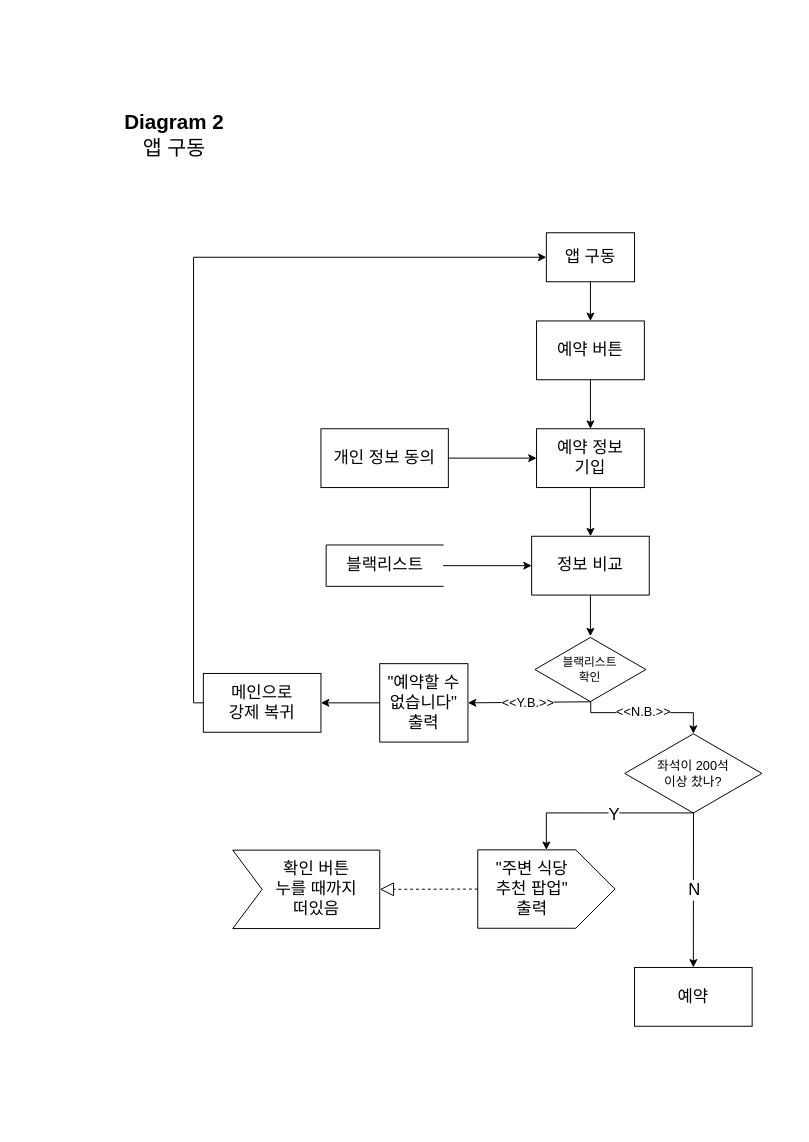
The draw.io diagram yeahyiak2.drawio in StrongCatWill/SWProject, before the edit. Source tidied: cells renumbered, new cells numbered last; positions are measured from the earlier drawing's top-left corner, leaving out a move shared by most shapes. Both pictures are drawn from the tidied source at 98%, with x=0, y=0 at pixel (115, 115).
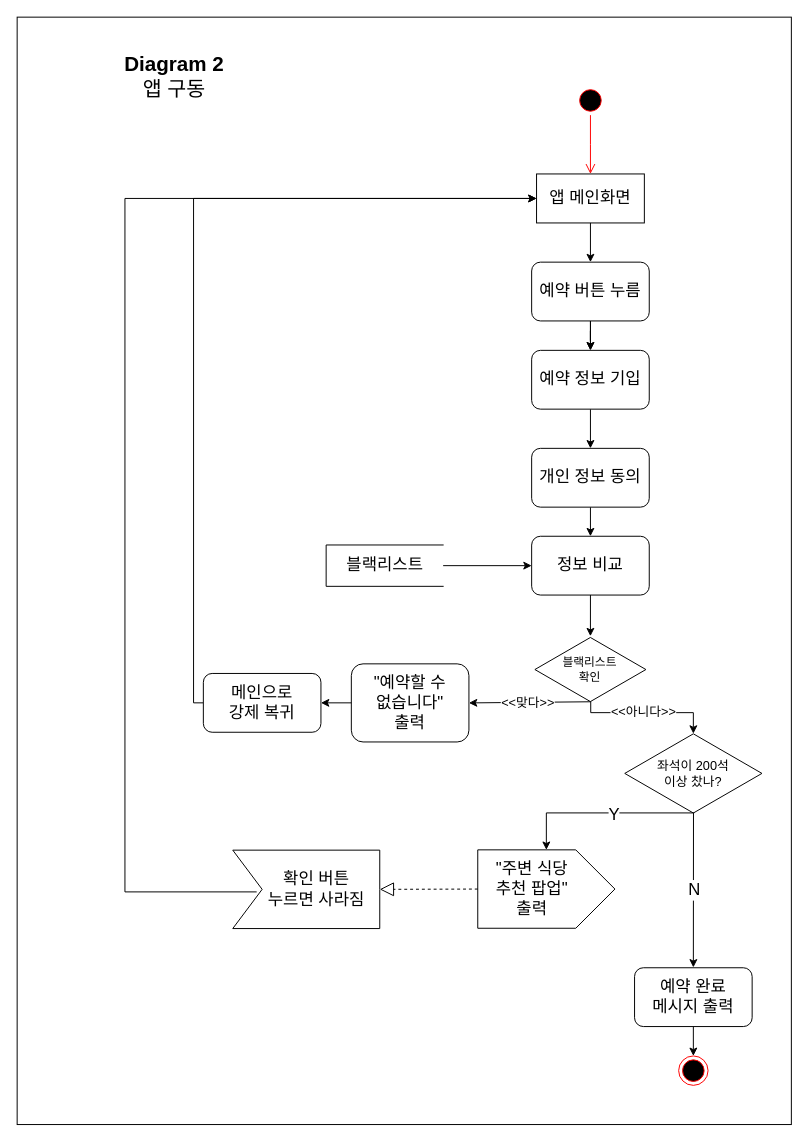
Above is the later version.

Unchanged cells that the change refers to:
```xml
<mxCell id="11" style="shape=partialRectangle;whiteSpace=wrap;html=1;bottom=1;right=1;left=1;top=0;fillColor=none;routingCenterX=-0.5;fontSize=17;rotation=90;" parent="1" vertex="1">
  <mxGeometry x="253.9" y="400" width="42.2" height="119.4" as="geometry" />
</mxCell>
<mxCell id="14" value="&lt;div style=&quot;font-size: 12px;&quot;&gt;블랙리스트&lt;/div&gt;&lt;div style=&quot;font-size: 12px;&quot;&gt;확인&lt;/div&gt;" style="html=1;whiteSpace=wrap;shape=isoRectangle;fontSize=12;align=center;" parent="1" vertex="1">
  <mxGeometry x="428.3" y="531.7" width="113.3" height="68" as="geometry" />
</mxCell>
<mxCell id="21" value="좌석이 200석&lt;br style=&quot;font-size: 13px;&quot;&gt;이상 찼나?" style="html=1;whiteSpace=wrap;shape=isoRectangle;fontSize=13;" parent="1" vertex="1">
  <mxGeometry x="520" y="629.7" width="140" height="84" as="geometry" />
</mxCell>
<mxCell id="24" style="endArrow=classic;html=1;rounded=0;fontSize=17;exitX=0.503;exitY=0.978;exitDx=0;exitDy=0;exitPerimeter=0;edgeStyle=orthogonalEdgeStyle;entryX=0.5;entryY=0.017;entryDx=0;entryDy=0;entryPerimeter=0;" parent="1" edge="1" source="14" target="21">
  <mxGeometry relative="1" as="geometry">
    <Array as="points">
      <mxPoint x="485" y="609.7" />
      <mxPoint x="590" y="609.7" />
    </Array>
  </mxGeometry>
</mxCell>
```

What changed in the source:
```diff
@@
+    <mxCell id="36" style="rounded=0;whiteSpace=wrap;html=1;strokeColor=default;" parent="1" vertex="1">
+      <mxGeometry x="-100" y="-100" width="790" height="1130" as="geometry" />
+    </mxCell>
     <mxCell id="2" value="&lt;font style=&quot;font-size: 21px&quot;&gt;&lt;b&gt;Diagram 2&lt;/b&gt;&lt;br&gt;앱 구동&lt;br&gt;&lt;/font&gt;" style="text;html=1;align=center;verticalAlign=middle;strokeColor=none;fillColor=none;fontSize=13;" parent="1" vertex="1">
-      <mxGeometry width="120" height="40" as="geometry" />
+      <mxGeometry y="-60" width="120" height="40" as="geometry" />
     </mxCell>
-    <mxCell id="3" value="앱 구동" style="rounded=0;whiteSpace=wrap;html=1;fontSize=17;" parent="1" vertex="1">
-      <mxGeometry x="440" y="120" width="90" height="50" as="geometry" />
+    <mxCell id="3" value="앱 메인화면" style="rounded=0;whiteSpace=wrap;html=1;fontSize=17;" parent="1" vertex="1">
+      <mxGeometry x="430" y="60" width="110" height="50" as="geometry" />
     </mxCell>
-    <mxCell id="4" value="예약 버튼" style="rounded=0;whiteSpace=wrap;html=1;fontSize=17;" parent="1" vertex="1">
-      <mxGeometry x="430" y="210" width="110" height="60" as="geometry" />
-    </mxCell>
-    <mxCell id="5" value="예약 정보&lt;br&gt;기입" style="rounded=0;whiteSpace=wrap;html=1;fontSize=17;" parent="1" vertex="1">
-      <mxGeometry x="430" y="320" width="110" height="60" as="geometry" />
-    </mxCell>
-    <mxCell id="6" value="개인 정보 동의" style="rounded=0;whiteSpace=wrap;html=1;fontSize=17;" parent="1" vertex="1">
-      <mxGeometry x="210" y="320" width="130" height="60" as="geometry" />
-    </mxCell>
-    <mxCell id="7" style="endArrow=classic;html=1;rounded=0;fontSize=17;entryX=0.5;entryY=0;entryDx=0;entryDy=0;exitX=0.5;exitY=1;exitDx=0;exitDy=0;" parent="1" edge="1" source="3" target="4">
-      <mxGeometry relative="1" as="geometry" />
+    <mxCell id="7" style="endArrow=classic;html=1;rounded=0;fontSize=17;entryX=0.5;entryY=0;entryDx=0;entryDy=0;exitX=0.5;exitY=1;exitDx=0;exitDy=0;" parent="1" edge="1" source="3">
+      <mxGeometry relative="1" as="geometry">
+        <mxPoint x="485" y="150" as="targetPoint" />
+      </mxGeometry>
     </mxCell>
-    <mxCell id="8" style="endArrow=classic;html=1;rounded=0;fontSize=17;entryX=0.5;entryY=0;entryDx=0;entryDy=0;exitX=0.5;exitY=1;exitDx=0;exitDy=0;" parent="1" edge="1" source="4" target="5">
-      <mxGeometry relative="1" as="geometry" />
+    <mxCell id="8" style="endArrow=classic;html=1;rounded=0;fontSize=17;entryX=0.5;entryY=0;entryDx=0;entryDy=0;exitX=0.5;exitY=1;exitDx=0;exitDy=0;" parent="1" edge="1" target="5">
+      <mxGeometry relative="1" as="geometry">
+        <mxPoint x="485" y="210" as="sourcePoint" />
+      </mxGeometry>
     </mxCell>
-    <mxCell id="9" style="endArrow=classic;html=1;rounded=0;fontSize=17;entryX=0;entryY=0.5;entryDx=0;entryDy=0;exitX=1;exitY=0.5;exitDx=0;exitDy=0;" parent="1" edge="1" source="6" target="5">
-      <mxGeometry relative="1" as="geometry" />
+    <mxCell id="9" style="endArrow=classic;html=1;rounded=0;fontSize=17;entryX=0.5;entryY=0;entryDx=0;entryDy=0;exitX=0.5;exitY=1;exitDx=0;exitDy=0;" parent="1" edge="1" target="10">
+      <mxGeometry relative="1" as="geometry">
+        <mxPoint x="485" y="400" as="sourcePoint" />
+      </mxGeometry>
     </mxCell>
-    <mxCell id="10" value="정보 비교" style="rounded=0;whiteSpace=wrap;html=1;fontSize=17;" parent="1" vertex="1">
-      <mxGeometry x="425" y="429.7" width="120" height="60" as="geometry" />
-    </mxCell>
@@
-    <mxCell id="13" style="endArrow=classic;html=1;rounded=0;fontSize=17;entryX=0;entryY=0.5;entryDx=0;entryDy=0;exitX=0.5;exitY=0;exitDx=0;exitDy=0;" parent="1" edge="1" source="11" target="10">
-      <mxGeometry relative="1" as="geometry" />
+    <mxCell id="13" style="endArrow=classic;html=1;rounded=0;fontSize=17;entryX=0;entryY=0.5;entryDx=0;entryDy=0;exitX=0.5;exitY=0;exitDx=0;exitDy=0;" parent="1" edge="1" source="11">
+      <mxGeometry relative="1" as="geometry">
+        <mxPoint x="425" y="459.7" as="targetPoint" />
+      </mxGeometry>
     </mxCell>
@@
-    <mxCell id="15" style="endArrow=classic;html=1;rounded=0;fontSize=17;entryX=0.5;entryY=0;entryDx=0;entryDy=0;exitX=0.5;exitY=1;exitDx=0;exitDy=0;" parent="1" edge="1" source="5" target="10">
-      <mxGeometry relative="1" as="geometry" />
+    <mxCell id="15" style="endArrow=classic;html=1;rounded=0;fontSize=17;exitX=0.5;exitY=1;exitDx=0;exitDy=0;" parent="1" edge="1" source="5">
+      <mxGeometry relative="1" as="geometry">
+        <mxPoint x="485" y="340" as="targetPoint" />
+      </mxGeometry>
     </mxCell>
-    <mxCell id="16" style="endArrow=classic;html=1;rounded=0;fontSize=17;exitX=0.5;exitY=1;exitDx=0;exitDy=0;" parent="1" edge="1" source="10" target="14">
-      <mxGeometry relative="1" as="geometry" />
+    <mxCell id="16" style="endArrow=classic;html=1;rounded=0;fontSize=17;exitX=0.5;exitY=1;exitDx=0;exitDy=0;" parent="1" edge="1" target="14">
+      <mxGeometry relative="1" as="geometry">
+        <mxPoint x="485" y="489.7" as="sourcePoint" />
+      </mxGeometry>
     </mxCell>
-    <mxCell id="17" value="&quot;예약할 수 없습니다&quot; 출력" style="rounded=0;whiteSpace=wrap;html=1;fontSize=17;" parent="1" vertex="1">
-      <mxGeometry x="270" y="559.7" width="90" height="80" as="geometry" />
-    </mxCell>
-    <mxCell id="18" value="메인으로 &lt;br&gt;강제 복귀" style="rounded=0;whiteSpace=wrap;html=1;fontSize=17;" parent="1" vertex="1">
-      <mxGeometry x="90" y="569.7" width="120" height="60" as="geometry" />
-    </mxCell>
-    <mxCell id="19" style="endArrow=classic;html=1;rounded=0;fontSize=17;entryX=1;entryY=0.5;entryDx=0;entryDy=0;exitX=0;exitY=0.5;exitDx=0;exitDy=0;" parent="1" edge="1" source="17" target="18">
-      <mxGeometry relative="1" as="geometry" />
+    <mxCell id="19" style="endArrow=classic;html=1;rounded=0;fontSize=17;entryX=1;entryY=0.5;entryDx=0;entryDy=0;exitX=0;exitY=0.5;exitDx=0;exitDy=0;" parent="1" edge="1">
+      <mxGeometry relative="1" as="geometry">
+        <mxPoint x="270" y="599.7" as="sourcePoint" />
+        <mxPoint x="210" y="599.7" as="targetPoint" />
+      </mxGeometry>
     </mxCell>
@@
-    <mxCell id="22" style="endArrow=classic;html=1;rounded=0;fontSize=17;entryX=1;entryY=0.5;entryDx=0;entryDy=0;exitX=0.502;exitY=0.984;exitDx=0;exitDy=0;exitPerimeter=0;" parent="1" edge="1" source="14" target="17">
-      <mxGeometry relative="1" as="geometry" />
+    <mxCell id="22" style="endArrow=classic;html=1;rounded=0;fontSize=17;entryX=1;entryY=0.5;entryDx=0;entryDy=0;exitX=0.502;exitY=0.984;exitDx=0;exitDy=0;exitPerimeter=0;" parent="1" edge="1" target="17">
+      <mxGeometry relative="1" as="geometry">
+        <mxPoint x="485.2" y="598.6" as="sourcePoint" />
+      </mxGeometry>
     </mxCell>
-    <mxCell id="23" value="&amp;lt;&amp;lt;Y.B.&amp;gt;&amp;gt;" style="edgeLabel;html=1;align=center;verticalAlign=middle;fontSize=13;" parent="22" vertex="1">
+    <mxCell id="23" value="&amp;lt;&amp;lt;맞다&amp;gt;&amp;gt;" style="edgeLabel;html=1;align=center;verticalAlign=middle;fontSize=13;" parent="22" vertex="1">
       <mxGeometry x="-0.17" relative="1" as="geometry">
         <mxPoint x="-13" y="-1" as="offset" />
       </mxGeometry>
     </mxCell>
@@
-    <mxCell id="25" value="&amp;lt;&amp;lt;N.B.&amp;gt;&amp;gt;" style="edgeLabel;html=1;align=center;verticalAlign=middle;fontSize=13;" parent="24" vertex="1">
+    <mxCell id="25" value="&amp;lt;&amp;lt;아니다&amp;gt;&amp;gt;" style="edgeLabel;html=1;align=center;verticalAlign=middle;fontSize=13;" parent="24" vertex="1">
       <mxGeometry x="-0.24" relative="1" as="geometry">
         <mxPoint x="13" y="-1" as="offset" />
       </mxGeometry>
     </mxCell>
@@
-    <mxCell id="30" style="endArrow=classic;html=1;rounded=0;fontSize=17;entryX=0.5;entryY=0;entryDx=0;entryDy=0;exitX=0.501;exitY=0.98;exitDx=0;exitDy=0;exitPerimeter=0;" parent="1" edge="1" source="21" target="32">
-      <mxGeometry relative="1" as="geometry" />
+    <mxCell id="30" style="endArrow=classic;html=1;rounded=0;fontSize=17;entryX=0.5;entryY=0;entryDx=0;entryDy=0;exitX=0.501;exitY=0.98;exitDx=0;exitDy=0;exitPerimeter=0;" parent="1" edge="1" source="21">
+      <mxGeometry relative="1" as="geometry">
+        <mxPoint x="590" y="869.7" as="targetPoint" />
+      </mxGeometry>
     </mxCell>
@@
-    <mxCell id="32" value="예약" style="rounded=0;whiteSpace=wrap;html=1;fontSize=17;" parent="1" vertex="1">
-      <mxGeometry x="530" y="869.7" width="120" height="60" as="geometry" />
-    </mxCell>
@@
-    <mxCell id="34" value="확인 버튼&lt;br&gt;누를 때까지&lt;br&gt;떠있음" style="text;html=1;align=center;verticalAlign=middle;points=[];strokeColor=none;fillColor=none;fontSize=17;" parent="1" vertex="1">
-      <mxGeometry x="150" y="754.7" width="110" height="70" as="geometry" />
+    <mxCell id="34" value="확인 버튼&lt;br&gt;누르면 사라짐" style="text;html=1;align=center;verticalAlign=middle;points=[];strokeColor=none;fillColor=none;fontSize=17;" parent="1" vertex="1">
+      <mxGeometry x="145" y="764.7" width="120" height="50" as="geometry" />
     </mxCell>
@@
+    <mxCell id="37" style="edgeStyle=orthogonalEdgeStyle;rounded=0;jettySize=auto;html=1;fontSize=17;entryX=0.5;entryY=0;entryDx=0;entryDy=0;" parent="1" edge="1" source="38" target="5">
+      <mxGeometry relative="1" as="geometry" />
+    </mxCell>
+    <mxCell id="38" value="&lt;font style=&quot;font-size: 17px&quot;&gt;예약 버튼 누름&lt;/font&gt;" style="rounded=1;whiteSpace=wrap;html=1;labelBackgroundColor=#ffffff;" parent="1" vertex="1">
+      <mxGeometry x="425" y="150" width="120" height="60" as="geometry" />
+    </mxCell>
+    <mxCell id="5" value="&lt;font style=&quot;font-size: 17px&quot;&gt;예약 정보 기입&lt;/font&gt;" style="rounded=1;whiteSpace=wrap;html=1;labelBackgroundColor=#ffffff;fontSize=15;" parent="1" vertex="1">
+      <mxGeometry x="425" y="240" width="120" height="60" as="geometry" />
+    </mxCell>
+    <mxCell id="10" value="정보 비교" style="rounded=1;whiteSpace=wrap;html=1;labelBackgroundColor=#ffffff;fontSize=17;" parent="1" vertex="1">
+      <mxGeometry x="425" y="429.7" width="120" height="60" as="geometry" />
+    </mxCell>
+    <mxCell id="17" value="&quot;예약할 수 &lt;br&gt;없습니다&quot; &lt;br&gt;출력" style="rounded=1;whiteSpace=wrap;html=1;labelBackgroundColor=#ffffff;fontSize=17;" parent="1" vertex="1">
+      <mxGeometry x="241" y="559.9" width="120" height="79.7" as="geometry" />
+    </mxCell>
+    <mxCell id="18" value="메인으로&lt;br&gt;강제 복귀" style="rounded=1;whiteSpace=wrap;html=1;labelBackgroundColor=#ffffff;fontSize=17;" parent="1" vertex="1">
+      <mxGeometry x="90" y="569.7" width="120" height="60" as="geometry" />
+    </mxCell>
+    <mxCell id="6" value="개인 정보 동의" style="rounded=1;whiteSpace=wrap;html=1;labelBackgroundColor=#ffffff;fontSize=17;" parent="1" vertex="1">
+      <mxGeometry x="425" y="340" width="120" height="60" as="geometry" />
+    </mxCell>
+    <mxCell id="39" style="ellipse;html=1;shape=startState;fillColor=#000000;strokeColor=#ff0000;labelBackgroundColor=#ffffff;fontSize=17;" parent="1" vertex="1">
+      <mxGeometry x="470" y="-30" width="30" height="30" as="geometry" />
+    </mxCell>
+    <mxCell id="40" style="edgeStyle=orthogonalEdgeStyle;html=1;verticalAlign=bottom;endArrow=open;endSize=8;strokeColor=#ff0000;rounded=0;fontSize=17;" parent="1" edge="1" source="39">
+      <mxGeometry relative="1" as="geometry">
+        <mxPoint x="485" y="60" as="targetPoint" />
+      </mxGeometry>
+    </mxCell>
+    <mxCell id="41" style="ellipse;html=1;shape=endState;fillColor=#000000;strokeColor=#ff0000;labelBackgroundColor=#ffffff;fontSize=17;" parent="1" vertex="1">
+      <mxGeometry x="575" y="960" width="30" height="30" as="geometry" />
+    </mxCell>
+    <mxCell id="42" style="endArrow=classic;html=1;rounded=0;fontSize=17;exitX=0.5;exitY=1;exitDx=0;exitDy=0;entryX=0.5;entryY=0;entryDx=0;entryDy=0;" parent="1" edge="1" target="41">
+      <mxGeometry relative="1" as="geometry">
+        <mxPoint x="590" y="929.7" as="sourcePoint" />
+      </mxGeometry>
+    </mxCell>
+    <mxCell id="43" style="endArrow=classic;html=1;rounded=0;fontSize=17;exitX=-0.005;exitY=0.558;exitDx=0;exitDy=0;entryX=0;entryY=0.5;entryDx=0;entryDy=0;edgeStyle=orthogonalEdgeStyle;exitPerimeter=0;" parent="1" edge="1" source="34" target="3">
+      <mxGeometry relative="1" as="geometry">
+        <Array as="points">
+          <mxPoint x="10" y="793" />
+          <mxPoint x="10" y="85" />
+        </Array>
+      </mxGeometry>
+    </mxCell>
+    <mxCell id="44" value="예약 완료&lt;br&gt;메시지 출력" style="rounded=1;whiteSpace=wrap;html=1;labelBackgroundColor=#ffffff;fontSize=17;" parent="1" vertex="1">
+      <mxGeometry x="530" y="870" width="120" height="60" as="geometry" />
+    </mxCell>
```
